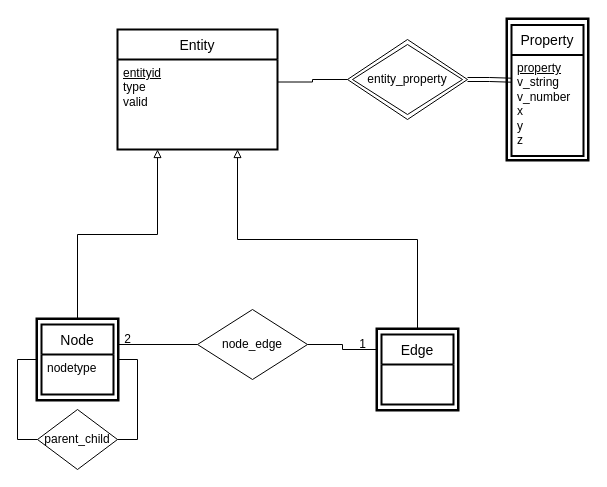
Earlier version of the draw.io diagram diagrams/database.drawio (mapper1024/mapper1024). Source tidied: cells renumbered, new cells numbered last; positions are measured from the earlier drawing's top-left corner, leaving out a move shared by most shapes. Both pictures are drawn from the tidied source at 100%, with x=0, y=0 at pixel (37, 19).
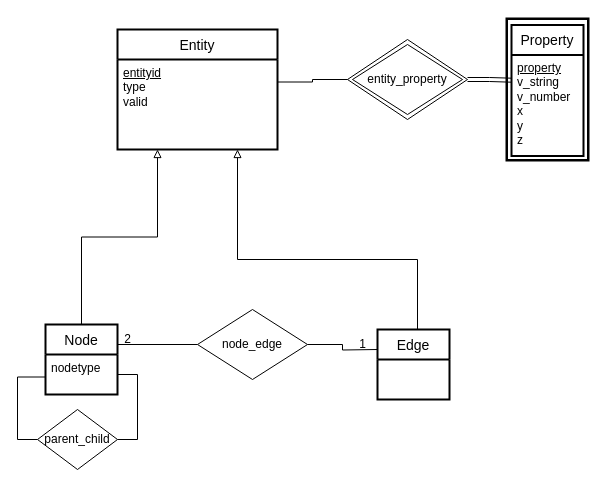
After the change.

Commit message (it also covers changes not shown here):
Nodes and entities aren't weak; they inheirit.

The change refers to these unchanged cells:
```xml
<mxCell id="3" value="&lt;u&gt;entityid&lt;/u&gt;&lt;br&gt;type&lt;br&gt;valid" style="align=left;strokeColor=none;fillColor=none;spacingLeft=4;fontSize=12;verticalAlign=top;html=1;" parent="2" vertex="1">
  <mxGeometry y="30" width="160" height="90" as="geometry" />
</mxCell>
<mxCell id="9" value="parent_child" style="rhombus;whiteSpace=wrap;html=1;strokeColor=default;strokeWidth=1;" parent="1" vertex="1">
  <mxGeometry y="390" width="80" height="60" as="geometry" />
</mxCell>
<mxCell id="22" value="node_edge" style="rhombus;whiteSpace=wrap;html=1;strokeColor=default;strokeWidth=1;" parent="1" vertex="1">
  <mxGeometry x="160" y="290" width="110" height="70" as="geometry" />
</mxCell>
```

What changed in the source:
```diff
@@
-    <mxCell id="4" style="group;strokeWidth=4;strokeColor=default;" parent="1" vertex="1">
-      <mxGeometry y="300" width="80" height="80" as="geometry" />
-    </mxCell>
-    <mxCell id="5" style="rounded=0;whiteSpace=wrap;html=1;" parent="4" vertex="1">
-      <mxGeometry width="80" height="80" as="geometry" />
-    </mxCell>
-    <mxCell id="6" value="Node" style="swimlane;horizontal=1;startSize=30;rounded=0;fontSize=14;fontStyle=0;strokeWidth=2;shadow=0;dashed=0;align=center;" parent="4" vertex="1">
-      <mxGeometry x="4" y="5" width="72" height="70" as="geometry" />
-    </mxCell>
-    <mxCell id="7" value="nodetype&lt;br&gt;" style="align=left;strokeColor=none;fillColor=none;spacingLeft=4;fontSize=12;verticalAlign=top;html=1;" parent="6" vertex="1">
-      <mxGeometry y="30" width="72" height="40" as="geometry" />
-    </mxCell>
-    <mxCell id="8" style="edgeStyle=orthogonalEdgeStyle;rounded=0;jettySize=auto;html=1;exitX=0;exitY=0.5;exitDx=0;exitDy=0;entryX=0;entryY=0.5;entryDx=0;entryDy=0;endArrow=none;endFill=0;" parent="1" edge="1" source="9" target="5">
-      <mxGeometry relative="1" as="geometry" />
-    </mxCell>
+    <mxCell id="30" style="edgeStyle=orthogonalEdgeStyle;rounded=0;jettySize=auto;html=1;exitX=1;exitY=0.5;exitDx=0;exitDy=0;entryX=1;entryY=0.5;entryDx=0;entryDy=0;endArrow=none;endFill=0;" parent="1" edge="1" source="9" target="7">
+      <mxGeometry relative="1" as="geometry" />
+    </mxCell>
+    <mxCell id="31" style="edgeStyle=orthogonalEdgeStyle;rounded=0;jettySize=auto;html=1;exitX=0;exitY=0.5;exitDx=0;exitDy=0;entryX=0;entryY=0.75;entryDx=0;entryDy=0;endArrow=none;endFill=0;" parent="1" edge="1" source="9" target="6">
+      <mxGeometry relative="1" as="geometry" />
+    </mxCell>
@@
-    <mxCell id="10" style="edgeStyle=orthogonalEdgeStyle;rounded=0;jettySize=auto;html=1;exitX=1;exitY=0.5;exitDx=0;exitDy=0;entryX=1;entryY=0.5;entryDx=0;entryDy=0;endArrow=none;endFill=0;" parent="1" edge="1" source="5" target="9">
-      <mxGeometry relative="1" as="geometry" />
-    </mxCell>
@@
-    <mxCell id="21" style="edgeStyle=orthogonalEdgeStyle;rounded=0;jettySize=auto;html=1;exitX=1;exitY=0.5;exitDx=0;exitDy=0;entryX=0;entryY=0.25;entryDx=0;entryDy=0;endArrow=none;endFill=0;" parent="1" edge="1" source="22" target="25">
-      <mxGeometry relative="1" as="geometry" />
+    <mxCell id="21" style="edgeStyle=orthogonalEdgeStyle;rounded=0;jettySize=auto;html=1;exitX=1;exitY=0.5;exitDx=0;exitDy=0;entryX=0;entryY=0.25;entryDx=0;entryDy=0;endArrow=none;endFill=0;" parent="1" edge="1" source="22">
+      <mxGeometry relative="1" as="geometry">
+        <mxPoint x="340" y="330" as="targetPoint" />
+      </mxGeometry>
     </mxCell>
@@
-    <mxCell id="24" style="group;strokeWidth=4;strokeColor=default;" parent="1" vertex="1">
-      <mxGeometry x="340" y="310" width="80" height="80" as="geometry" />
-    </mxCell>
-    <mxCell id="25" style="rounded=0;whiteSpace=wrap;html=1;" parent="24" vertex="1">
-      <mxGeometry width="80" height="80" as="geometry" />
-    </mxCell>
-    <mxCell id="26" value="Edge" style="swimlane;horizontal=1;startSize=30;rounded=0;fontSize=14;fontStyle=0;strokeWidth=2;shadow=0;dashed=0;align=center;" parent="24" vertex="1">
-      <mxGeometry x="4" y="5" width="72" height="70" as="geometry" />
-    </mxCell>
@@
-    <mxCell id="28" style="edgeStyle=orthogonalEdgeStyle;rounded=0;jettySize=auto;html=1;exitX=0.5;exitY=0;exitDx=0;exitDy=0;entryX=0.25;entryY=1;entryDx=0;entryDy=0;endArrow=block;endFill=0;" parent="1" edge="1" source="5" target="3">
+    <mxCell id="28" style="edgeStyle=orthogonalEdgeStyle;rounded=0;jettySize=auto;html=1;exitX=0.5;exitY=0;exitDx=0;exitDy=0;entryX=0.25;entryY=1;entryDx=0;entryDy=0;endArrow=block;endFill=0;" parent="1" edge="1" source="6" target="3">
       <mxGeometry relative="1" as="geometry" />
     </mxCell>
-    <mxCell id="29" style="edgeStyle=orthogonalEdgeStyle;rounded=0;jettySize=auto;html=1;exitX=0.5;exitY=0;exitDx=0;exitDy=0;entryX=0.75;entryY=1;entryDx=0;entryDy=0;endArrow=block;endFill=0;" parent="1" edge="1" source="25" target="3">
-      <mxGeometry relative="1" as="geometry" />
+    <mxCell id="29" style="edgeStyle=orthogonalEdgeStyle;rounded=0;jettySize=auto;html=1;exitX=0.5;exitY=0;exitDx=0;exitDy=0;entryX=0.75;entryY=1;entryDx=0;entryDy=0;endArrow=block;endFill=0;" parent="1" edge="1" target="3">
+      <mxGeometry relative="1" as="geometry">
+        <mxPoint x="380" y="310" as="sourcePoint" />
+        <Array as="points">
+          <mxPoint x="380" y="240" />
+          <mxPoint x="200" y="240" />
+        </Array>
+      </mxGeometry>
     </mxCell>
+    <mxCell id="6" value="Node" style="swimlane;horizontal=1;startSize=30;rounded=0;fontSize=14;fontStyle=0;strokeWidth=2;shadow=0;dashed=0;align=center;" parent="1" vertex="1">
+      <mxGeometry x="8" y="305" width="72" height="70" as="geometry" />
+    </mxCell>
+    <mxCell id="7" value="nodetype&lt;br&gt;" style="align=left;strokeColor=none;fillColor=none;spacingLeft=4;fontSize=12;verticalAlign=top;html=1;" parent="6" vertex="1">
+      <mxGeometry y="30" width="72" height="40" as="geometry" />
+    </mxCell>
+    <mxCell id="26" value="Edge" style="swimlane;horizontal=1;startSize=30;rounded=0;fontSize=14;fontStyle=0;strokeWidth=2;shadow=0;dashed=0;align=center;" parent="1" vertex="1">
+      <mxGeometry x="340" y="310" width="72" height="70" as="geometry" />
+    </mxCell>
```
